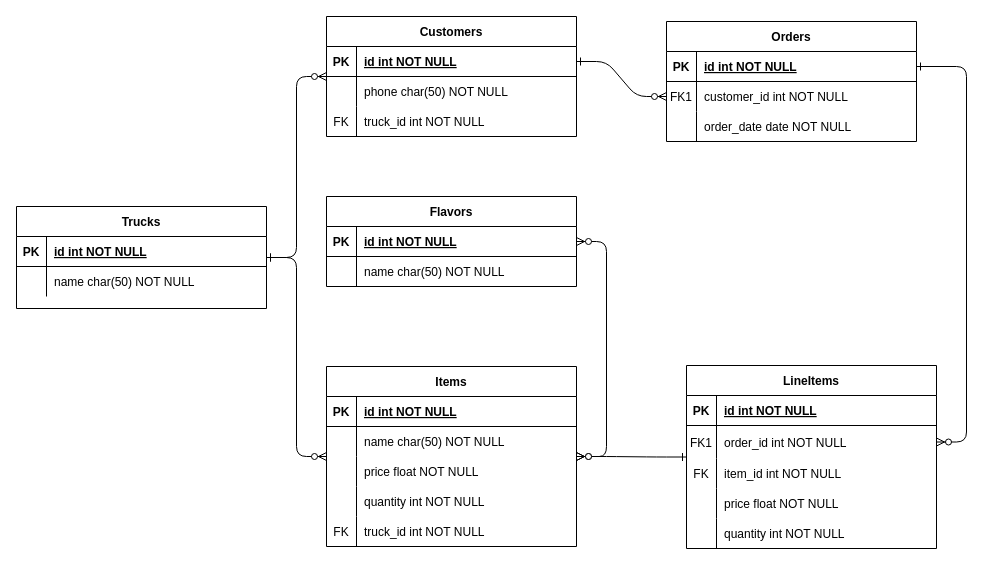
Above: ERD.drawio in tasdendu/icecream_truck (draw.io), before the change. Source tidied: cells renumbered, new cells numbered last; positions are measured from the earlier drawing's top-left corner, leaving out a move shared by most shapes. Both pictures are drawn from the tidied source at 100%, with x=0, y=0 at pixel (16, 16).
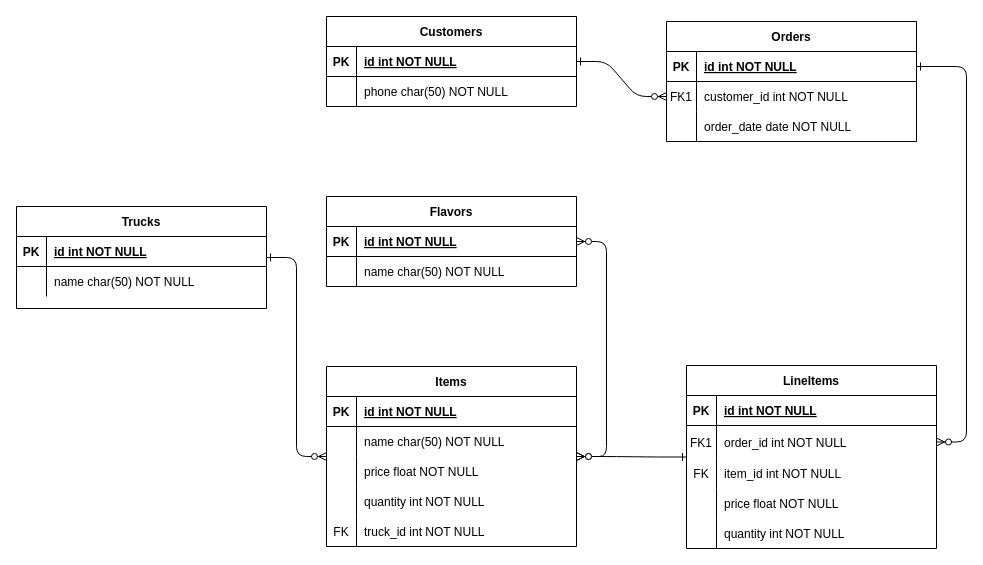
The same diagram, later.

Unchanged cells that the change refers to:
```xml
<mxCell id="64" value="Trucks" style="shape=table;startSize=30;childLayout=tableLayout;rowLines=0;fontStyle=1;align=center;" parent="1" vertex="1">
  <mxGeometry y="190" width="250" height="102" as="geometry" />
</mxCell>
```

Diff of the diagram source:
```diff
@@
     <mxCell id="30" value="Customers" style="shape=table;startSize=30;childLayout=tableLayout;rowLines=0;fontStyle=1;align=center;" parent="1" vertex="1">
-      <mxGeometry x="310" width="250" height="120" as="geometry" />
+      <mxGeometry x="310" width="250" height="90" as="geometry" />
     </mxCell>
@@
-    <mxCell id="37" style="shape=tableRow;horizontal=0;startSize=0;swimlaneHead=0;swimlaneBody=0;fillColor=none;top=0;left=0;right=0;bottom=0;" parent="30" vertex="1">
-      <mxGeometry y="90" width="250" height="30" as="geometry" />
-    </mxCell>
-    <mxCell id="38" value="FK" style="shape=partialRectangle;fillColor=none;top=0;left=0;bottom=0;right=0;fontStyle=0;overflow=hidden;" parent="37" vertex="1">
-      <mxGeometry width="30" height="30" as="geometry" />
-    </mxCell>
-    <mxCell id="39" value="truck_id int NOT NULL" style="shape=partialRectangle;fillColor=none;top=0;left=0;bottom=0;right=0;align=left;spacingLeft=6;fontStyle=0;overflow=hidden;" parent="37" vertex="1">
-      <mxGeometry x="30" width="220" height="30" as="geometry" />
-    </mxCell>
@@
-    <mxCell id="72" style="endArrow=ERzeroToMany;startArrow=ERone;endFill=1;startFill=0;edgeStyle=entityRelationEdgeStyle;" parent="1" edge="1" source="64" target="30">
-      <mxGeometry relative="1" as="geometry" />
-    </mxCell>
```
